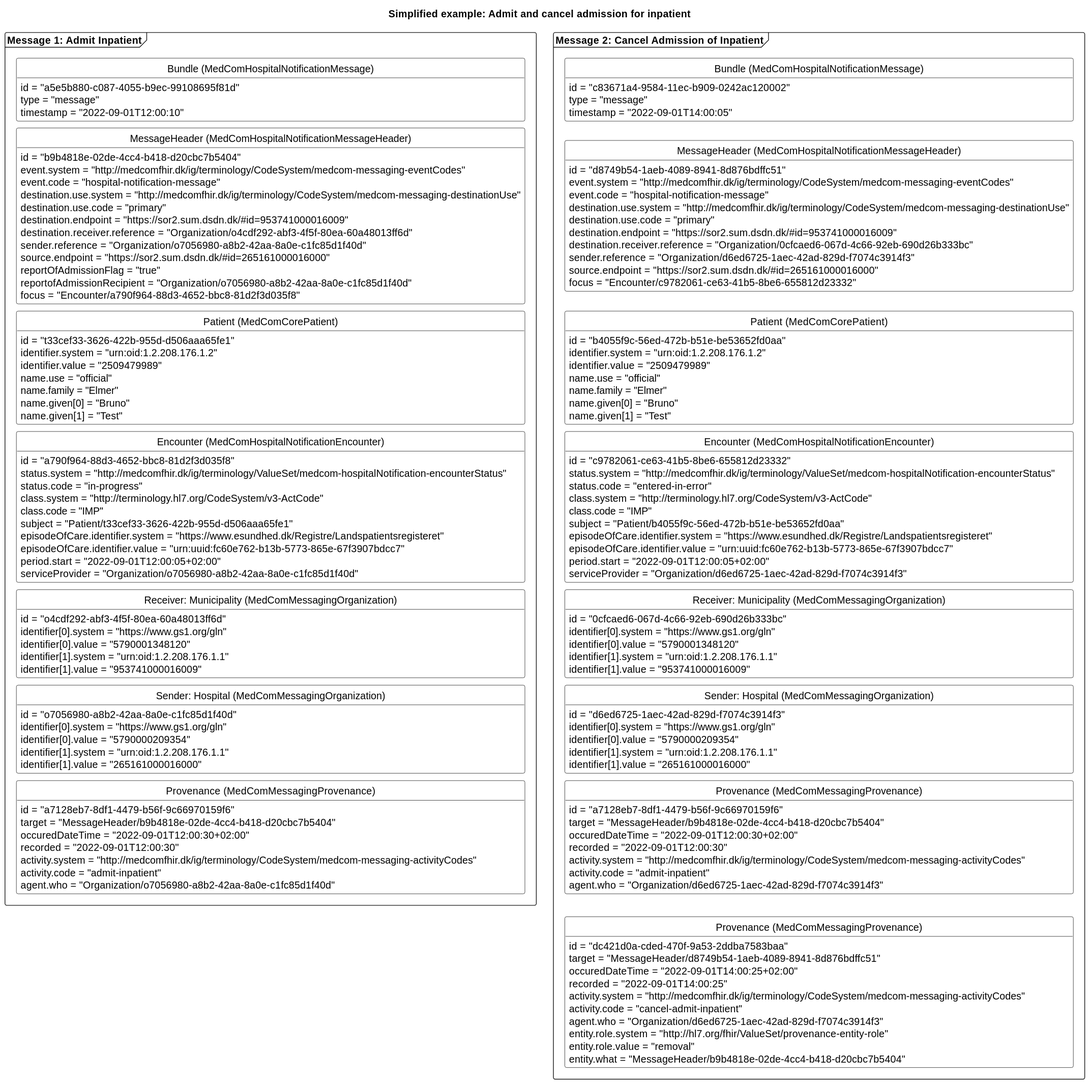
Earlier version of the PlantUML export input/images/hospitalnotification/HNAdmitEnteredInError.svg (medcomdk/dk-medcom-hospitalnotification).
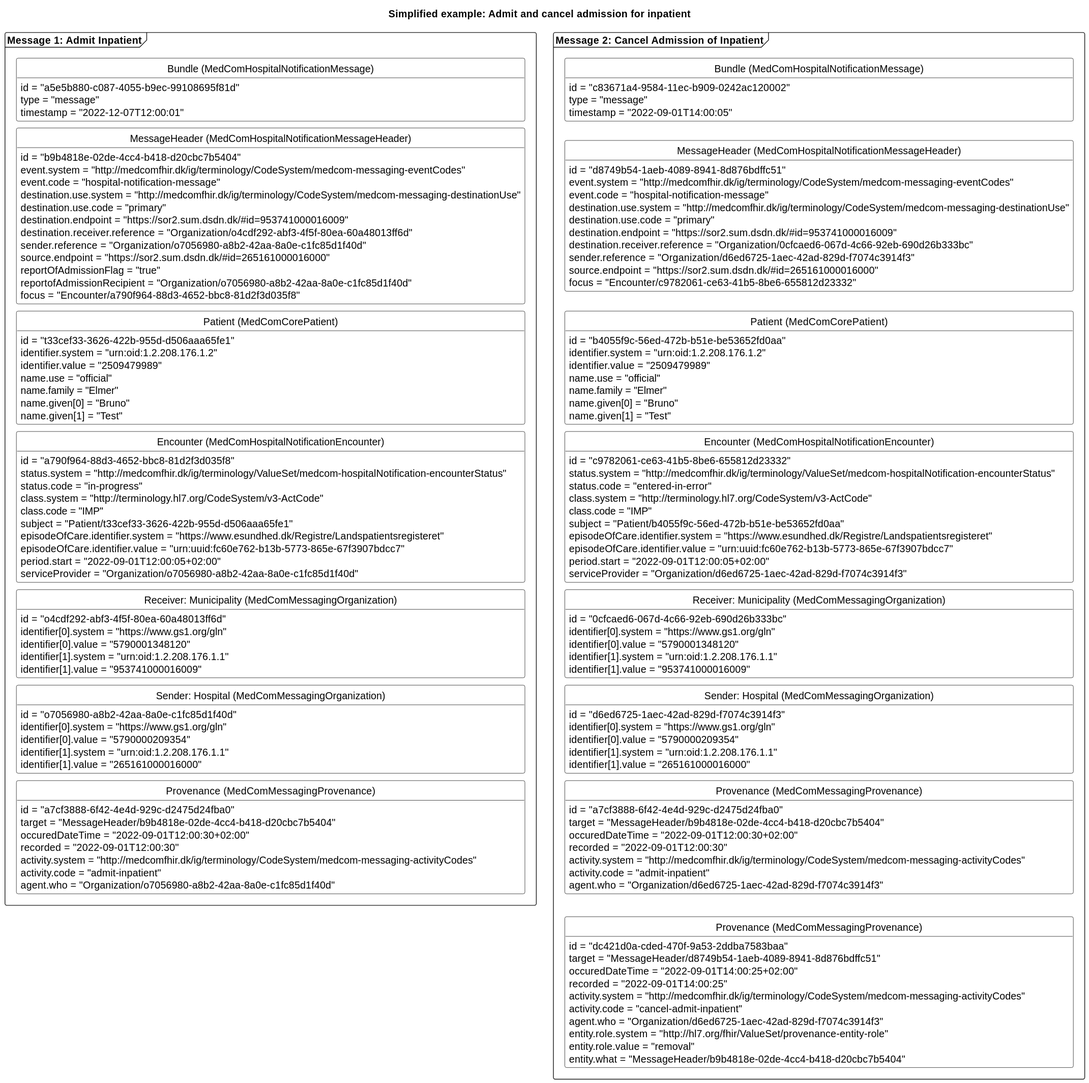
Later version of the same file.

Diff of the diagram source:
```diff
@@ -17,7 +17,7 @@
     class "Bundle (MedComHospitalNotificationMessage)" as admitB{
         id = "a5e5b880-c087-4055-b9ec-99108695f81d"
         type = "message"
-        timestamp = "2022-09-01T12:00:10"
+        timestamp = "2022-12-07T12:00:01"
     }
     class "MessageHeader (MedComHospitalNotificationMessageHeader)" as admitMH{
         id = "b9b4818e-02de-4cc4-b418-d20cbc7b5404"
@@ -69,7 +69,7 @@
         identifier[1].value = "265161000016000"
     }
     class "Provenance  (MedComMessagingProvenance)" as admitPRO{
-        id = "a7128eb7-8df1-4479-b56f-9c66970159f6"
+        id = "a7cf3888-6f42-4e4d-929c-d2475d24fba0"
         target = "MessageHeader/b9b4818e-02de-4cc4-b418-d20cbc7b5404"
         occuredDateTime = "2022-09-01T12:00:30+02:00"
         recorded = "2022-09-01T12:00:30"
@@ -140,7 +140,7 @@
         identifier[1].value = "265161000016000"
     }
     class "Provenance (MedComMessagingProvenance)" as admiterrorPRO{
-        id = "a7128eb7-8df1-4479-b56f-9c66970159f6"
+        id = "a7cf3888-6f42-4e4d-929c-d2475d24fba0"
         target = "MessageHeader/b9b4818e-02de-4cc4-b418-d20cbc7b5404"
         occuredDateTime = "2022-09-01T12:00:30+02:00"
         recorded = "2022-09-01T12:00:30"
```
